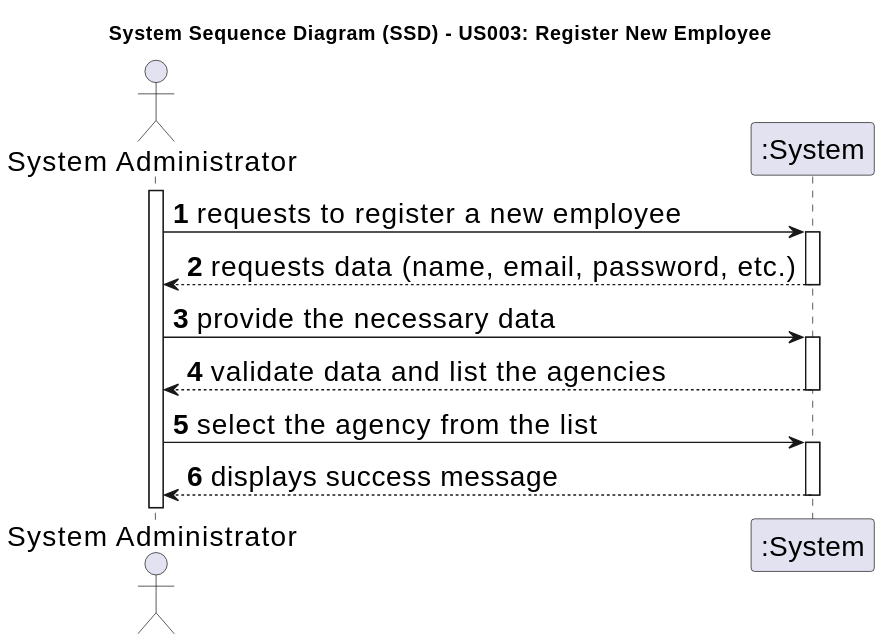
Earlier version of the PlantUML export docs/sprintA/us003/01.requirements-engineering/svg/us003-system-sequence-diagram.svg (Goncalves2525/real-estate-management-system).
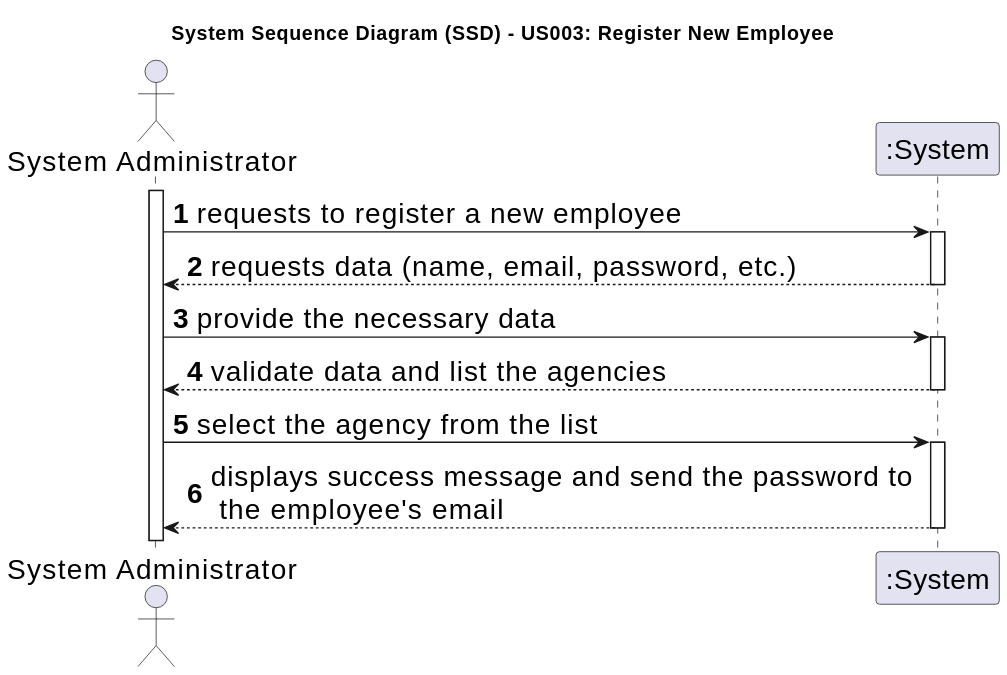
Later version of the same file.

Commit message:
Use case diagram update and us003 update

The edit, as a diff of the source:
```diff
@@ -28,6 +28,7 @@
     Admin -> System : select the agency from the list
     activate System
 
-        System --> Admin : displays success message
+        System --> Admin : displays success message and send the password to \n the employee's email
+
     deactivate System
 @enduml
```
